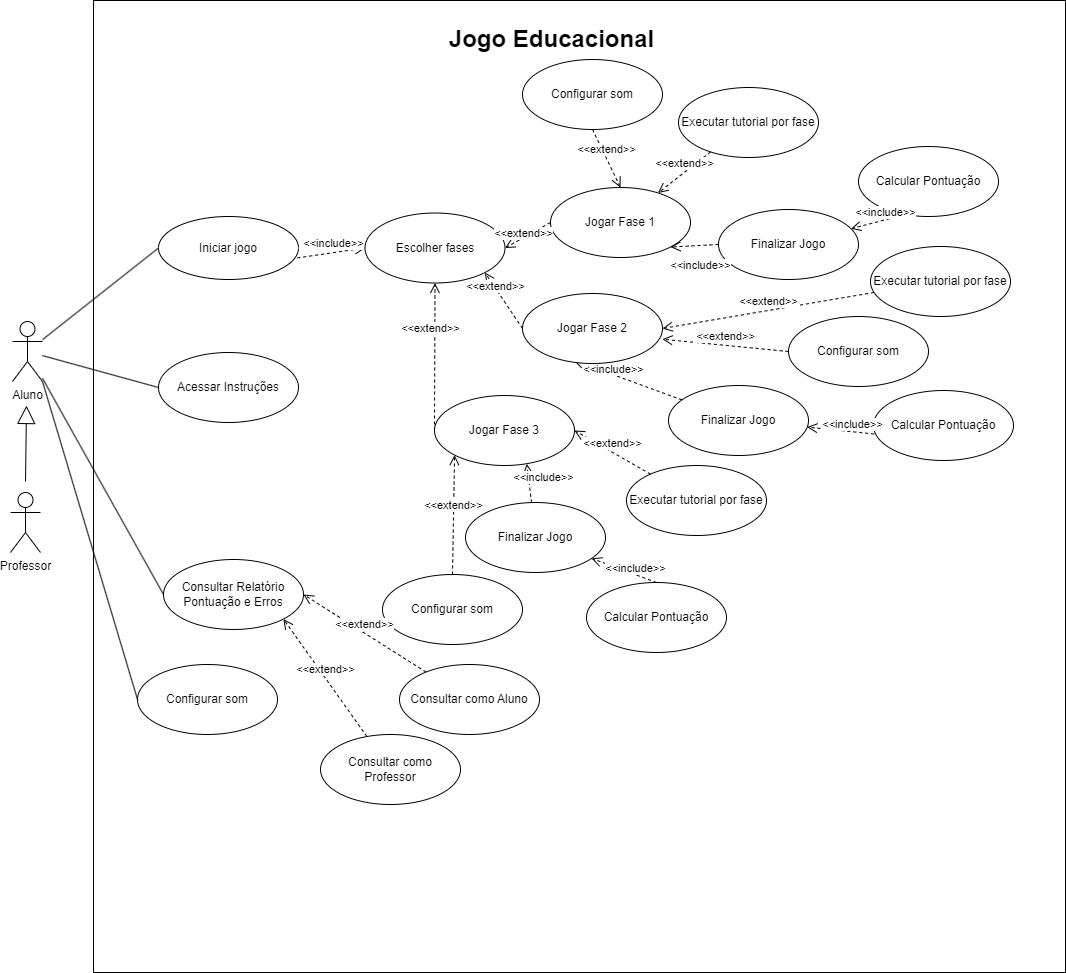
Above: JOGOES.drawio.png in BrendaGarcez/Lixo-no-Lixo (draw.io), before the change. Source tidied: cells renumbered, new cells last; positions are measured from the earlier drawing's top-left corner, leaving out a move shared by most shapes.
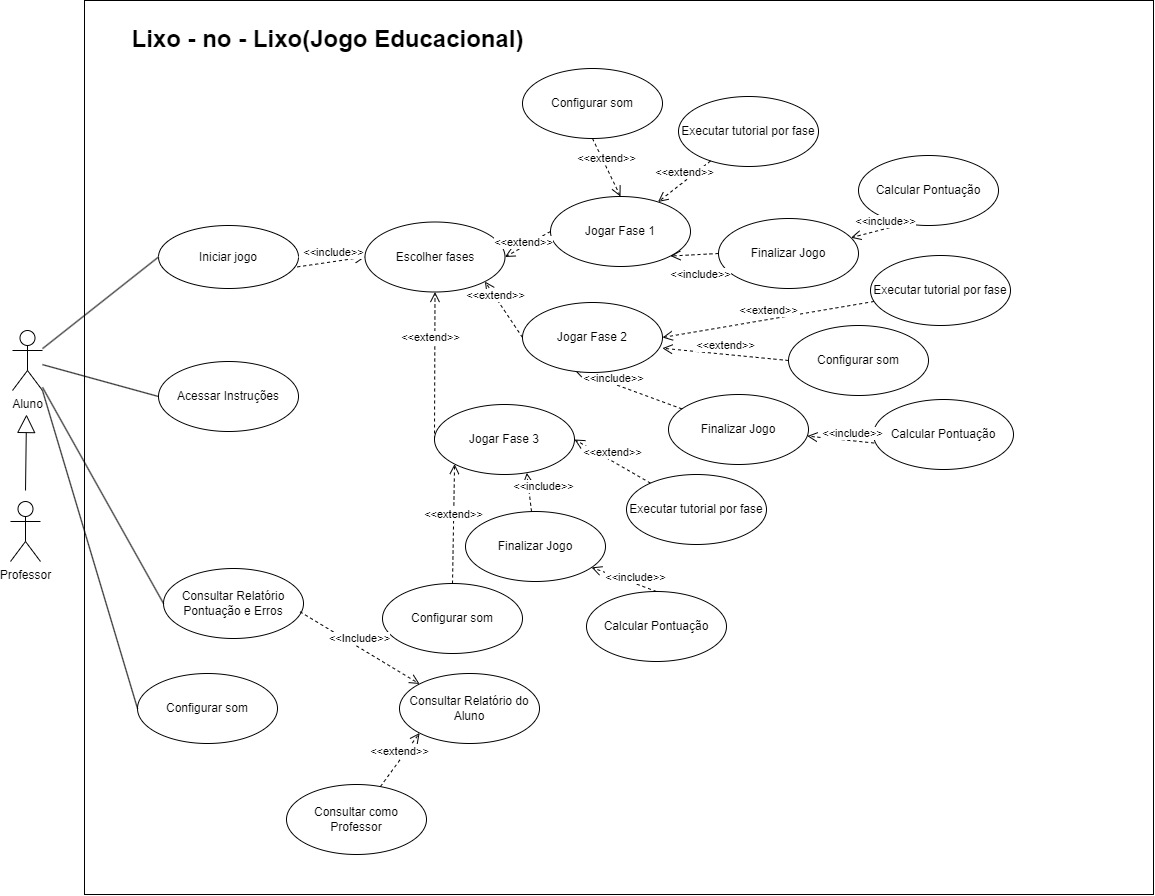
The same diagram one commit later.

The edit, as a diff of the source:
```diff
@@ -2,9 +2,9 @@
   <root>
     <mxCell id="0" />
     <mxCell id="1" parent="0" />
-    <mxCell id="2" style="whiteSpace=wrap;html=1;" parent="1" vertex="1">
-      <mxGeometry x="83" width="972" height="972" as="geometry" />
-    </mxCell>
+    <mxCell id="52" style="rounded=0;whiteSpace=wrap;html=1;" parent="1" vertex="1">
+      <mxGeometry x="74" y="-9" width="1069" height="894" as="geometry" />
+    </mxCell>
     <mxCell id="3" value="Aluno" style="shape=umlActor;verticalLabelPosition=bottom;verticalAlign=top;html=1;outlineConnect=0;" parent="1" vertex="1">
       <mxGeometry x="2" y="321" width="30" height="60" as="geometry" />
     </mxCell>
@@ -35,8 +35,8 @@
     <mxCell id="11" value="&amp;lt;&amp;lt;extend&amp;gt;&amp;gt;" style="html=1;verticalAlign=bottom;endArrow=open;dashed=1;endSize=8;curved=0;rounded=0;" parent="1" edge="1" source="9" target="18">
       <mxGeometry relative="1" as="geometry" />
     </mxCell>
-    <mxCell id="12" value="Jogo Educacional" style="text;strokeColor=none;fillColor=none;html=1;fontSize=24;fontStyle=1;verticalAlign=middle;align=center;" parent="1" vertex="1">
-      <mxGeometry x="491" y="19" width="100" height="40" as="geometry" />
+    <mxCell id="12" value="Lixo - no - Lixo(Jogo Educacional)" style="text;strokeColor=none;fillColor=none;html=1;fontSize=24;fontStyle=1;verticalAlign=middle;align=center;" parent="1" vertex="1">
+      <mxGeometry x="267" y="10" width="100" height="40" as="geometry" />
     </mxCell>
     <mxCell id="13" style="endArrow=none;html=1;rounded=0;entryX=0;entryY=0.5;entryDx=0;entryDy=0;" parent="1" edge="1" source="3" target="8">
       <mxGeometry relative="1" as="geometry" />
@@ -146,16 +146,16 @@
     <mxCell id="47" value="&amp;lt;&amp;lt;extend&amp;gt;&amp;gt;" style="html=1;verticalAlign=bottom;endArrow=open;dashed=1;endSize=8;curved=0;rounded=0;exitX=0.5;exitY=0;exitDx=0;exitDy=0;entryX=0;entryY=1;entryDx=0;entryDy=0;" parent="1" edge="1" source="45" target="34">
       <mxGeometry relative="1" as="geometry" />
     </mxCell>
-    <mxCell id="48" value="&amp;lt;&amp;lt;extend&amp;gt;&amp;gt;" style="html=1;verticalAlign=bottom;endArrow=open;dashed=1;endSize=8;curved=0;rounded=0;entryX=1;entryY=0.5;entryDx=0;entryDy=0;" parent="1" edge="1" source="49" target="30">
+    <mxCell id="48" value="&amp;lt;&amp;lt;Include&amp;gt;&amp;gt;" style="html=1;verticalAlign=bottom;endArrow=open;dashed=1;endSize=8;curved=0;rounded=0;entryX=0;entryY=0;entryDx=0;entryDy=0;exitX=0.975;exitY=0.618;exitDx=0;exitDy=0;exitPerimeter=0;" parent="1" edge="1" source="30" target="49">
       <mxGeometry relative="1" as="geometry" />
     </mxCell>
-    <mxCell id="49" value="Consultar como Aluno" style="ellipse;whiteSpace=wrap;html=1;" parent="1" vertex="1">
+    <mxCell id="49" value="Consultar Relatório do Aluno" style="ellipse;whiteSpace=wrap;html=1;" parent="1" vertex="1">
       <mxGeometry x="389" y="664" width="140" height="70" as="geometry" />
     </mxCell>
     <mxCell id="50" value="Consultar como Professor" style="ellipse;whiteSpace=wrap;html=1;" parent="1" vertex="1">
-      <mxGeometry x="310" y="734" width="140" height="70" as="geometry" />
+      <mxGeometry x="276" y="775" width="140" height="70" as="geometry" />
     </mxCell>
-    <mxCell id="51" value="&amp;lt;&amp;lt;extend&amp;gt;&amp;gt;" style="html=1;verticalAlign=bottom;endArrow=open;dashed=1;endSize=8;curved=0;rounded=0;entryX=1;entryY=1;entryDx=0;entryDy=0;" parent="1" edge="1" source="50" target="30">
+    <mxCell id="51" value="&amp;lt;&amp;lt;extend&amp;gt;&amp;gt;" style="html=1;verticalAlign=bottom;endArrow=open;dashed=1;endSize=8;curved=0;rounded=0;entryX=0;entryY=1;entryDx=0;entryDy=0;" parent="1" edge="1" source="50" target="49">
       <mxGeometry relative="1" as="geometry" />
     </mxCell>
   </root>
```
